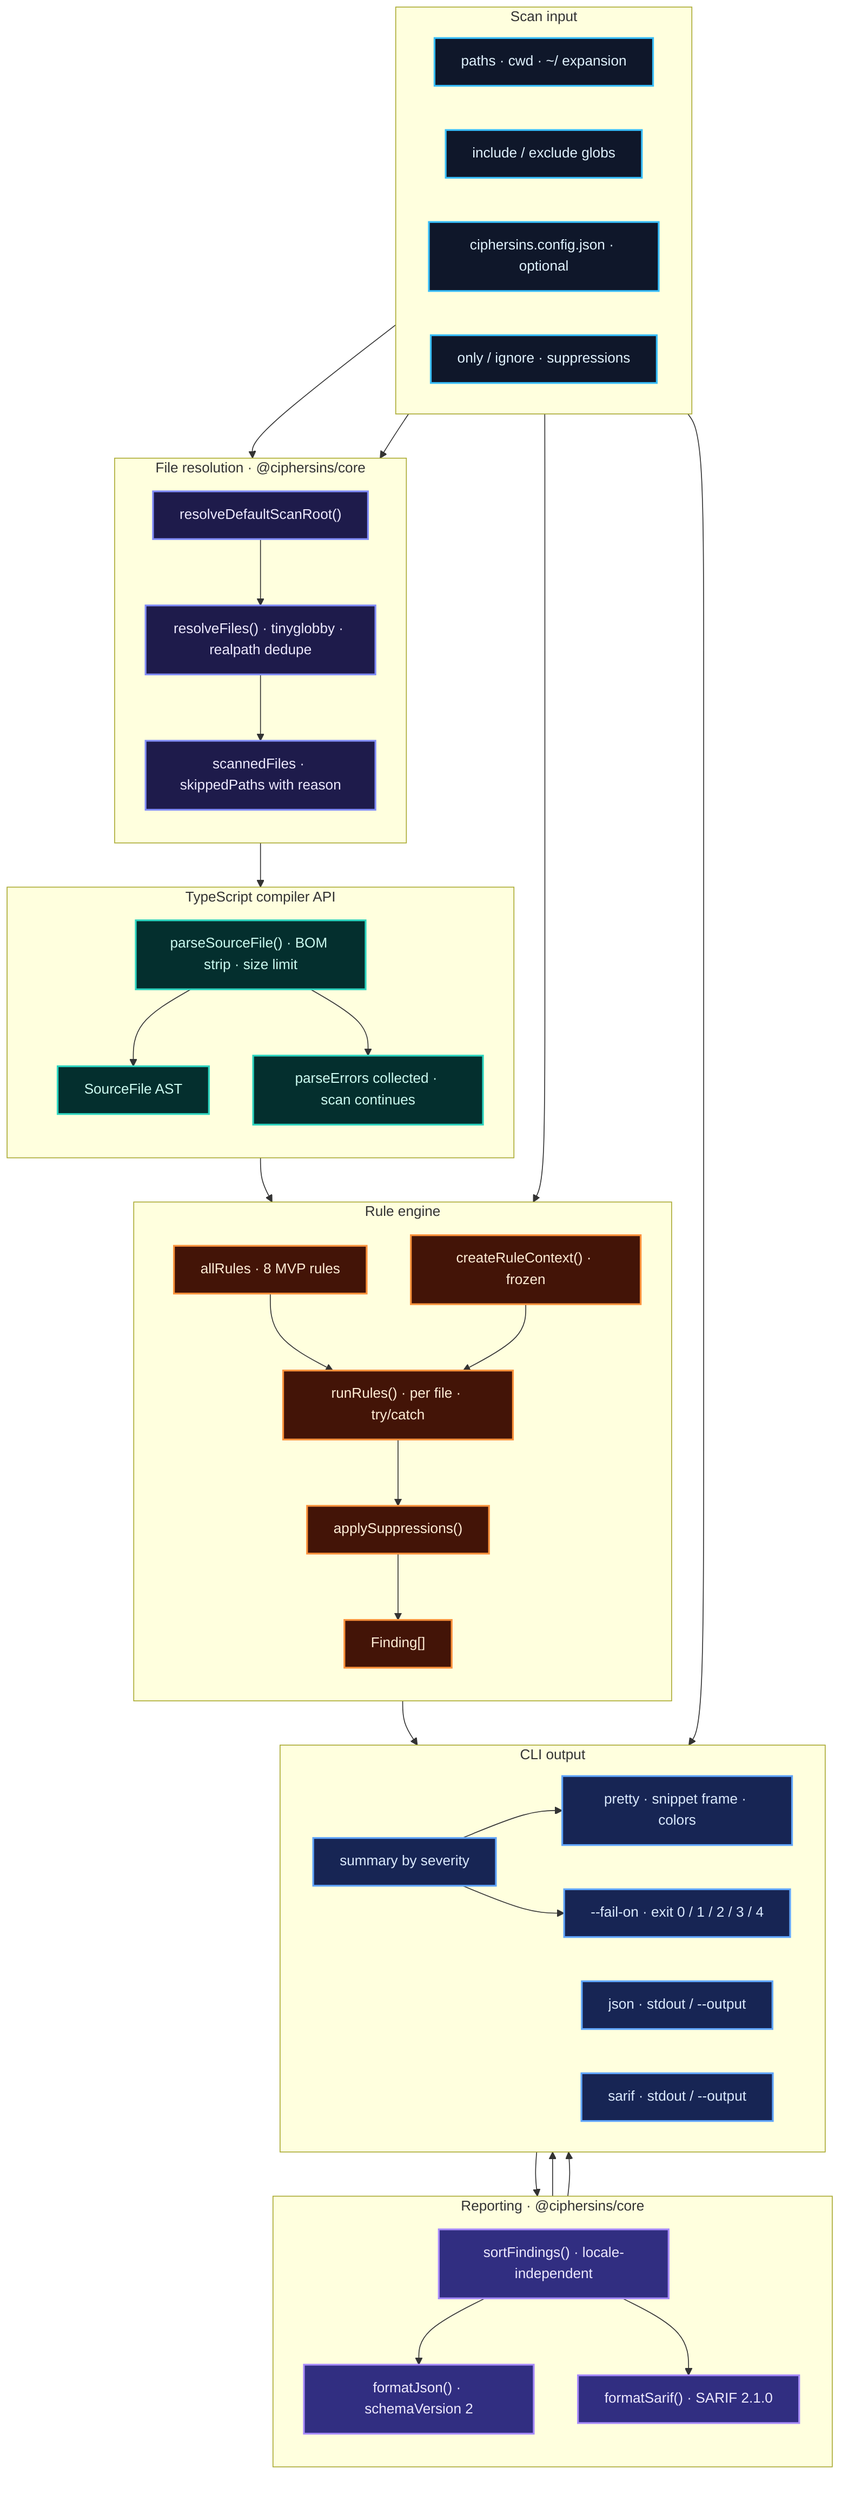
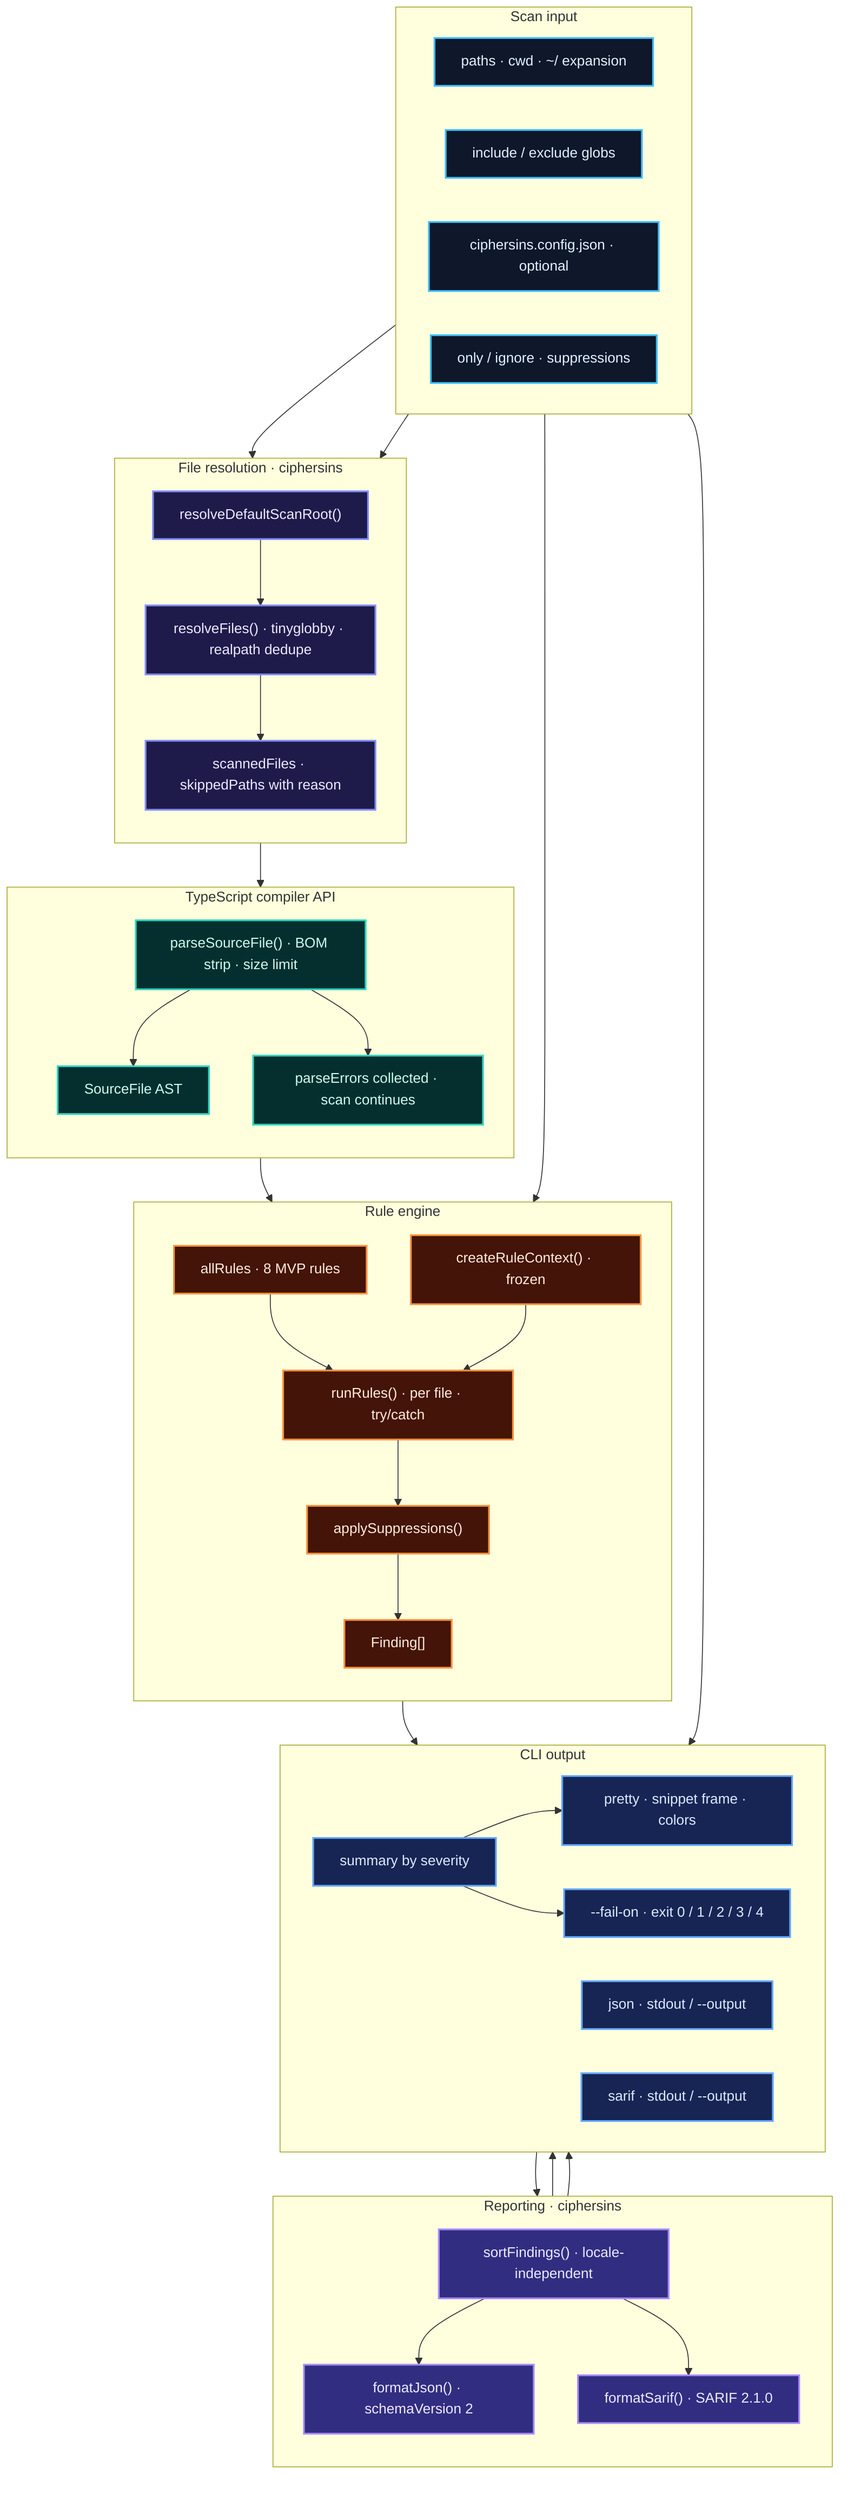
flowchart TB
	subgraph INPUT["Scan input"]
		direction LR
		PATHS["paths · cwd · ~/ expansion"]
		GLOBS["include / exclude globs"]
		CONFIG["ciphersins.config.json · optional"]
		FILTERS["only / ignore · suppressions"]
	end

- 	subgraph RESOLVE["File resolution · @ciphersins/core"]
+ 	subgraph RESOLVE["File resolution · ciphersins"]
		direction TB
		ROOT["resolveDefaultScanRoot()"]
		RF["resolveFiles() · tinyglobby · realpath dedupe"]
		META["scannedFiles · skippedPaths with reason"]
		ROOT --> RF --> META
	end

	subgraph PARSE["TypeScript compiler API"]
		direction TB
		PSF["parseSourceFile() · BOM strip · size limit"]
		SF["SourceFile AST"]
		ERR["parseErrors collected · scan continues"]
		PSF --> SF
		PSF --> ERR
	end

	subgraph RULES["Rule engine"]
		direction TB
		REG["allRules · 8 MVP rules"]
		CTX["createRuleContext() · frozen"]
		RUN["runRules() · per file · try/catch"]
		SUP["applySuppressions()"]
		REG --> RUN
		CTX --> RUN
		RUN --> SUP
		SUP --> FINDINGS["Finding[]"]
	end

- 	subgraph REPORT["Reporting · @ciphersins/core"]
+ 	subgraph REPORT["Reporting · ciphersins"]
		direction TB
		SORT["sortFindings() · locale-independent"]
		JSON["formatJson() · schemaVersion 2"]
		SARIF["formatSarif() · SARIF 2.1.0"]
		SORT --> JSON
		SORT --> SARIF
	end

	subgraph OUTPUT["CLI output"]
		direction LR
		SUM["summary by severity"]
		PRETTY["pretty · snippet frame · colors"]
		JOUT["json · stdout / --output"]
		SOUT["sarif · stdout / --output"]
		FAIL["--fail-on · exit 0 / 1 / 2 / 3 / 4"]
	end

	PATHS --> ROOT
	GLOBS --> RF
	CONFIG --> FAIL
	FILTERS --> RUN
	META --> PSF
	SF --> CTX
	FINDINGS --> SUM
	SUM --> SORT
	JSON --> JOUT
	SARIF --> SOUT
	SUM --> PRETTY
	SUM --> FAIL

	classDef input fill:#0f172a,stroke:#38bdf8,stroke-width:2px,color:#e0f2fe
	classDef resolve fill:#1e1b4b,stroke:#818cf8,stroke-width:2px,color:#ede9fe
	classDef parse fill:#042f2e,stroke:#2dd4bf,stroke-width:2px,color:#ccfbf1
	classDef rules fill:#431407,stroke:#fb923c,stroke-width:2px,color:#ffedd5
	classDef report fill:#312e81,stroke:#a78bfa,stroke-width:2px,color:#ede9fe
	classDef output fill:#172554,stroke:#60a5fa,stroke-width:2px,color:#dbeafe

	class PATHS,GLOBS,CONFIG,FILTERS input
	class ROOT,RF,META resolve
	class PSF,SF,ERR parse
	class REG,CTX,RUN,SUP,FINDINGS rules
	class SORT,JSON,SARIF report
	class SUM,PRETTY,JOUT,SOUT,FAIL output
